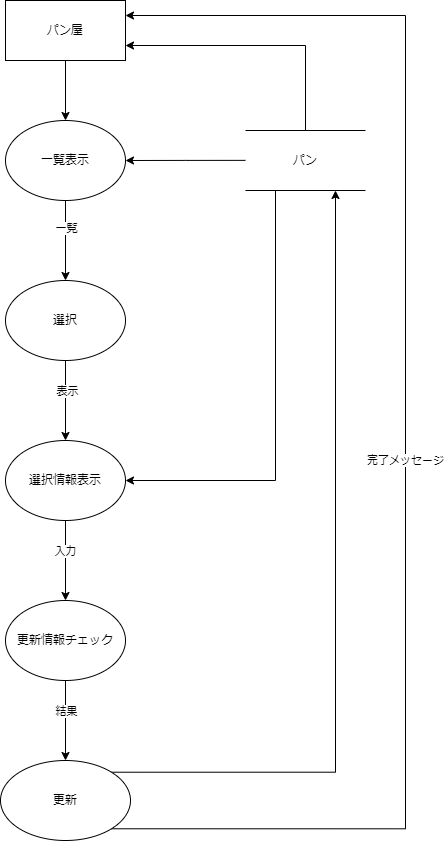
This is DFD/パン更新.drawio.png from Pyama1013/Sotsu.Gamen, a draw.io export, as it was before one commit. Source tidied: cells renumbered, new cells last; positions are measured from the earlier drawing's top-left corner, leaving out a move shared by most shapes.
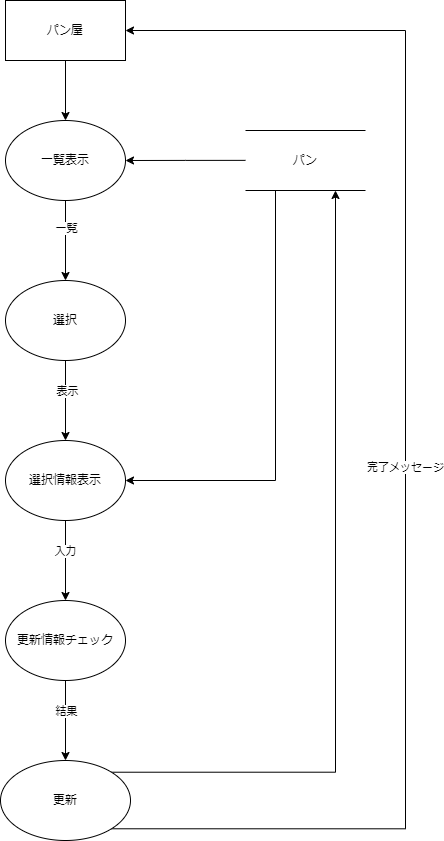
Above is the later version.

What changed in the source:
```diff
@@ -55,11 +55,13 @@
     <mxCell id="18" style="edgeStyle=orthogonalEdgeStyle;rounded=0;jettySize=auto;html=1;exitX=1;exitY=0;exitDx=0;exitDy=0;entryX=0.75;entryY=1;entryDx=0;entryDy=0;" parent="1" edge="1" source="21" target="23">
       <mxGeometry relative="1" as="geometry" />
     </mxCell>
-    <mxCell id="19" style="edgeStyle=orthogonalEdgeStyle;rounded=0;jettySize=auto;html=1;exitX=1;exitY=1;exitDx=0;exitDy=0;entryX=1;entryY=0.25;entryDx=0;entryDy=0;" parent="1" edge="1" source="21" target="3">
+    <mxCell id="19" style="edgeStyle=orthogonalEdgeStyle;rounded=0;jettySize=auto;html=1;exitX=1;exitY=1;exitDx=0;exitDy=0;" parent="1" edge="1" source="21">
       <mxGeometry relative="1" as="geometry">
+        <mxPoint x="125" y="30" as="targetPoint" />
         <Array as="points">
           <mxPoint x="405" y="828" />
-          <mxPoint x="405" y="15" />
+          <mxPoint x="405" y="30" />
+          <mxPoint x="125" y="30" />
         </Array>
       </mxGeometry>
     </mxCell>
@@ -69,9 +71,6 @@
     <mxCell id="21" value="更新" style="ellipse;whiteSpace=wrap;html=1;" parent="1" vertex="1">
       <mxGeometry y="760" width="130" height="80" as="geometry" />
     </mxCell>
-    <mxCell id="22" style="edgeStyle=orthogonalEdgeStyle;rounded=0;jettySize=auto;html=1;exitX=0.5;exitY=0;exitDx=0;exitDy=0;entryX=1;entryY=0.75;entryDx=0;entryDy=0;" parent="1" edge="1" source="23" target="3">
-      <mxGeometry relative="1" as="geometry" />
-    </mxCell>
     <mxCell id="23" value="パン" style="shape=partialRectangle;whiteSpace=wrap;html=1;left=0;right=0;fillColor=none;" parent="1" vertex="1">
       <mxGeometry x="245" y="130" width="120" height="60" as="geometry" />
     </mxCell>
```
